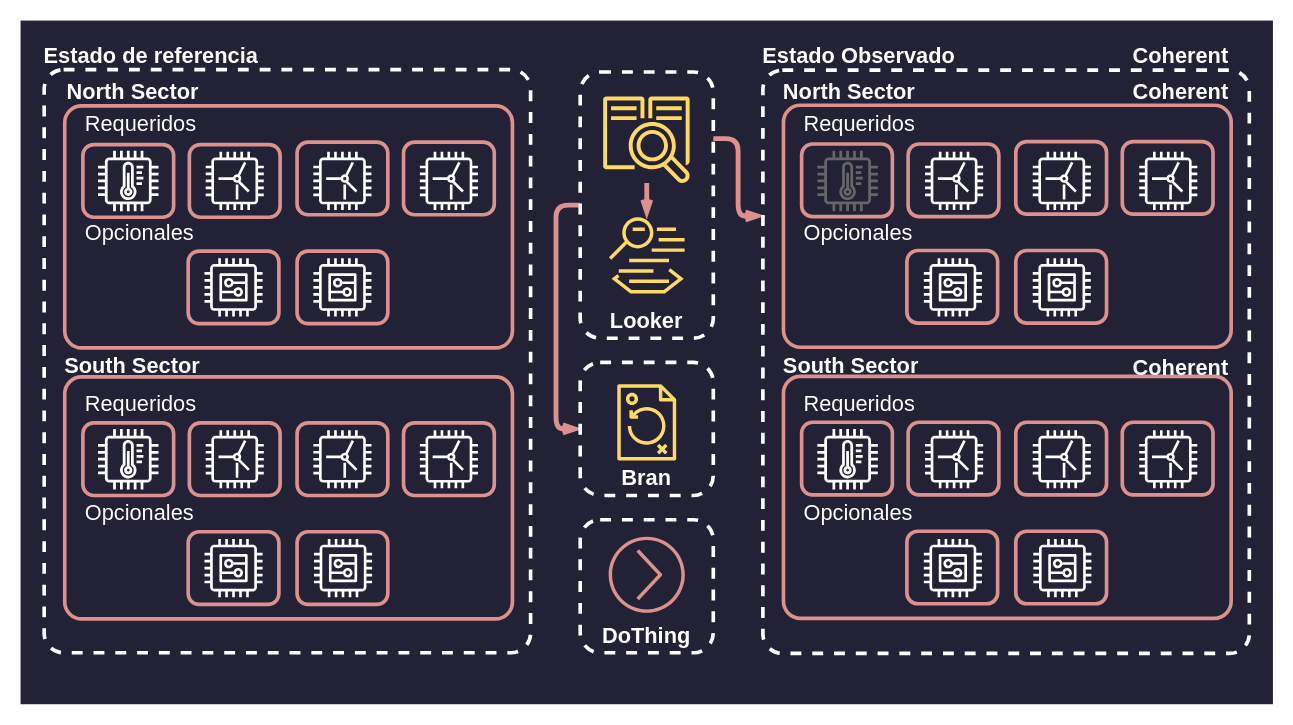
Before: 4. Presentaciones/Sustentación/drawio/ScenarioAFrame13.drawio in MrDahaniel/StarDuck, a draw.io diagram. Source tidied: cells renumbered, new cells numbered last; positions are measured from the earlier drawing's top-left corner, leaving out a move shared by most shapes. Both pictures are drawn from the tidied source at 121%, with x=0, y=0 at pixel (35, 35).
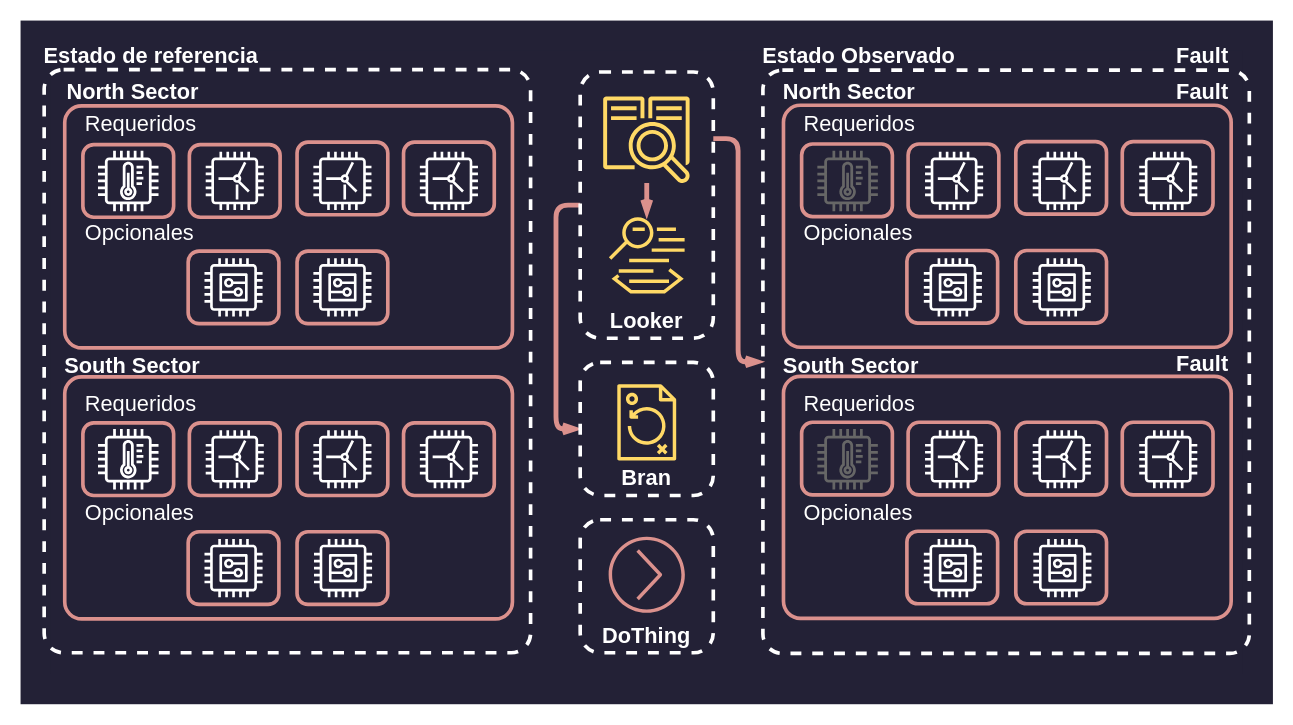
The same diagram, later.

Unchanged cells that the change refers to:
```xml
<mxCell id="5" value="Looker" style="rounded=1;whiteSpace=wrap;html=1;dashed=1;labelBackgroundColor=none;strokeColor=#FFFFFF;strokeWidth=3;align=center;verticalAlign=bottom;fontFamily=Helvetica;fontSize=18;fontColor=#FFFFFF;fillColor=none;fontStyle=1;" parent="1" vertex="1">
  <mxGeometry x="450" y="30" width="110" height="220" as="geometry" />
</mxCell>
<mxCell id="10" style="rounded=1;whiteSpace=wrap;html=1;labelBackgroundColor=none;strokeColor=#FFFFFF;strokeWidth=3;align=left;verticalAlign=top;fontFamily=Helvetica;fontSize=18;fontColor=#FFFFFF;fillColor=none;arcSize=4;dashed=1;" parent="1" vertex="1">
  <mxGeometry x="601" y="28.5" width="402" height="482" as="geometry" />
</mxCell>
```

What changed in the source:
```diff
@@
-    <mxCell id="4" style="edgeStyle=orthogonalEdgeStyle;shape=connector;curved=0;rounded=1;jettySize=auto;html=1;exitX=1;exitY=0.25;exitDx=0;exitDy=0;entryX=0;entryY=0.25;entryDx=0;entryDy=0;labelBackgroundColor=default;strokeColor=#DB918D;strokeWidth=4;align=center;verticalAlign=middle;fontFamily=Helvetica;fontSize=11;fontColor=default;endArrow=openThin;endFill=0;" parent="1" edge="1" source="5" target="10">
+    <mxCell id="4" style="edgeStyle=orthogonalEdgeStyle;shape=connector;curved=0;rounded=1;jettySize=auto;html=1;exitX=1;exitY=0.25;exitDx=0;exitDy=0;entryX=0;entryY=0.5;entryDx=0;entryDy=0;labelBackgroundColor=default;strokeColor=#DB918D;strokeWidth=4;align=center;verticalAlign=middle;fontFamily=Helvetica;fontSize=11;fontColor=default;endArrow=openThin;endFill=0;" parent="1" edge="1" source="5" target="10">
       <mxGeometry relative="1" as="geometry" />
     </mxCell>
@@
-    <mxCell id="32" value="&lt;b style=&quot;border-color: var(--border-color); color: rgb(255, 255, 255); font-family: Helvetica; font-size: 18px; font-style: normal; font-variant-ligatures: normal; font-variant-caps: normal; letter-spacing: normal; orphans: 2; text-indent: 0px; text-transform: none; widows: 2; word-spacing: 0px; -webkit-text-stroke-width: 0px; text-decoration-thickness: initial; text-decoration-style: initial; text-decoration-color: initial;&quot;&gt;Coherent&lt;/b&gt;" style="text;whiteSpace=wrap;html=1;fontSize=18;fontFamily=Helvetica;fontColor=#FFFFFF;align=right;" parent="1" vertex="1">
+    <mxCell id="32" value="&lt;b&gt;Fault&lt;/b&gt;" style="text;whiteSpace=wrap;html=1;fontSize=18;fontFamily=Helvetica;fontColor=#FFFFFF;align=right;" parent="1" vertex="1">
       <mxGeometry x="820" y="30" width="168" height="40" as="geometry" />
     </mxCell>
-    <mxCell id="33" value="&lt;b&gt;Coherent&lt;/b&gt;" style="text;whiteSpace=wrap;html=1;fontSize=18;fontFamily=Helvetica;fontColor=#FFFFFF;align=right;" parent="1" vertex="1">
-      <mxGeometry x="878" y="257.5" width="110" height="40" as="geometry" />
+    <mxCell id="33" value="&lt;b&gt;Fault&lt;/b&gt;" style="text;whiteSpace=wrap;html=1;fontSize=18;fontFamily=Helvetica;fontColor=#FFFFFF;align=right;" parent="1" vertex="1">
+      <mxGeometry x="878" y="254.5" width="110" height="40" as="geometry" />
     </mxCell>
-    <mxCell id="34" value="&lt;b style=&quot;border-color: var(--border-color); color: rgb(255, 255, 255); font-family: Helvetica; font-size: 18px; font-style: normal; font-variant-ligatures: normal; font-variant-caps: normal; letter-spacing: normal; orphans: 2; text-indent: 0px; text-transform: none; widows: 2; word-spacing: 0px; -webkit-text-stroke-width: 0px; text-decoration-thickness: initial; text-decoration-style: initial; text-decoration-color: initial;&quot;&gt;Coherent&lt;/b&gt;" style="text;whiteSpace=wrap;html=1;fontSize=18;fontFamily=Helvetica;fontColor=#FFFFFF;align=right;" parent="1" vertex="1">
+    <mxCell id="34" value="&lt;b style=&quot;border-color: var(--border-color); color: rgb(255, 255, 255); font-family: Helvetica; font-size: 18px; font-style: normal; font-variant-ligatures: normal; font-variant-caps: normal; letter-spacing: normal; orphans: 2; text-indent: 0px; text-transform: none; widows: 2; word-spacing: 0px; -webkit-text-stroke-width: 0px; text-decoration-thickness: initial; text-decoration-style: initial; text-decoration-color: initial;&quot;&gt;Fault&lt;/b&gt;" style="text;whiteSpace=wrap;html=1;fontSize=18;fontFamily=Helvetica;fontColor=#FFFFFF;align=right;" parent="1" vertex="1">
       <mxGeometry x="878" width="110" height="40" as="geometry" />
     </mxCell>
@@
-    <mxCell id="75" style="sketch=0;dashed=0;verticalLabelPosition=bottom;verticalAlign=top;align=center;html=1;fontSize=18;fontStyle=0;shape=mxgraph.aws4.iot_thing_temperature_sensor;rounded=1;labelBackgroundColor=none;strokeWidth=3;fontFamily=Helvetica;" parent="1" vertex="1">
+    <mxCell id="75" style="sketch=0;dashed=0;verticalLabelPosition=bottom;verticalAlign=top;align=center;html=1;fontSize=18;fontStyle=0;shape=mxgraph.aws4.iot_thing_temperature_sensor;rounded=1;labelBackgroundColor=none;strokeWidth=3;fontFamily=Helvetica;fillColor=#666666;" parent="1" vertex="1">
       <mxGeometry x="646" y="325" width="50" height="50" as="geometry" />
     </mxCell>
```
